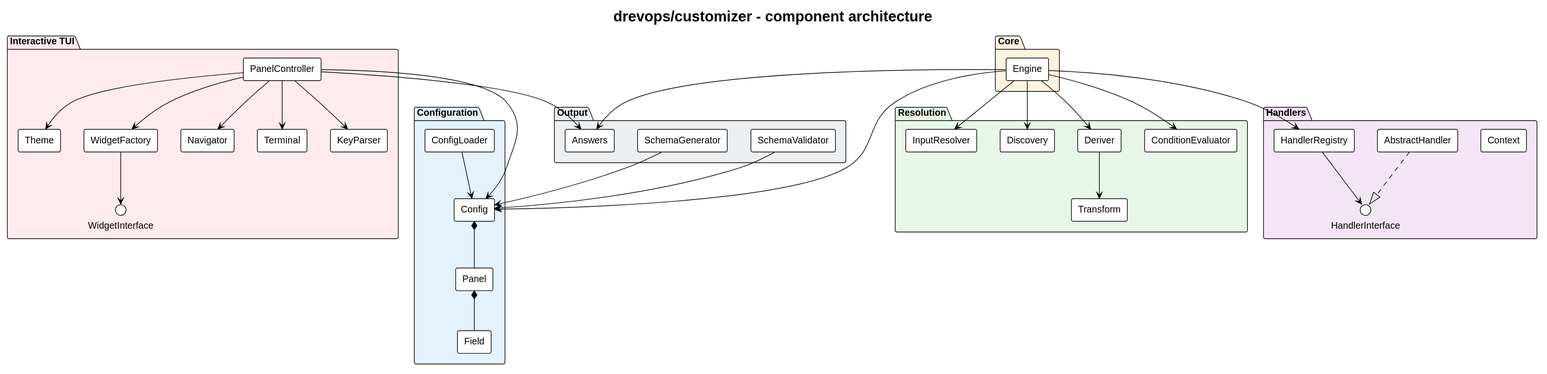
Before: .vortex/customizer/docs/architecture/architecture.svg, a diagram exported from PlantUML (drevops/vortex).
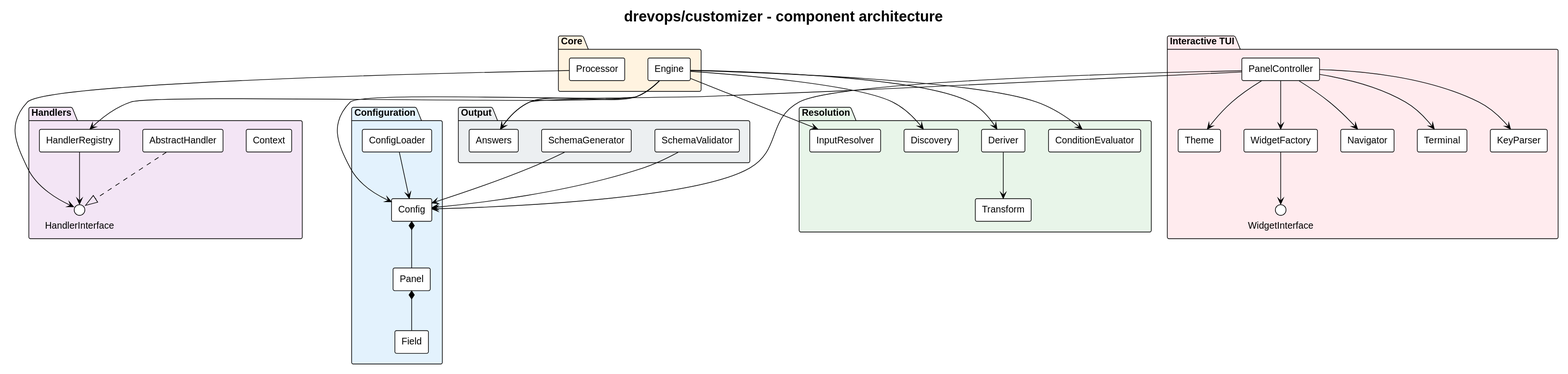
The same file after the commit.

Commit message:
Reflected the Processor in the architecture diagram and walkthrough.

What changed in the source:
```diff
@@ -15,6 +15,7 @@
 
 package "Core" #FFF3E0 {
   [Engine]
+  [Processor]
 }
 
 package "Resolution" #E8F5E9 {
@@ -62,6 +63,7 @@
 [HandlerRegistry] --> HandlerInterface
 [AbstractHandler] ..|> HandlerInterface
 [Engine] --> [Answers]
+[Processor] --> HandlerInterface
 
 [SchemaGenerator] --> [Config]
 [SchemaValidator] --> [Config]
```
